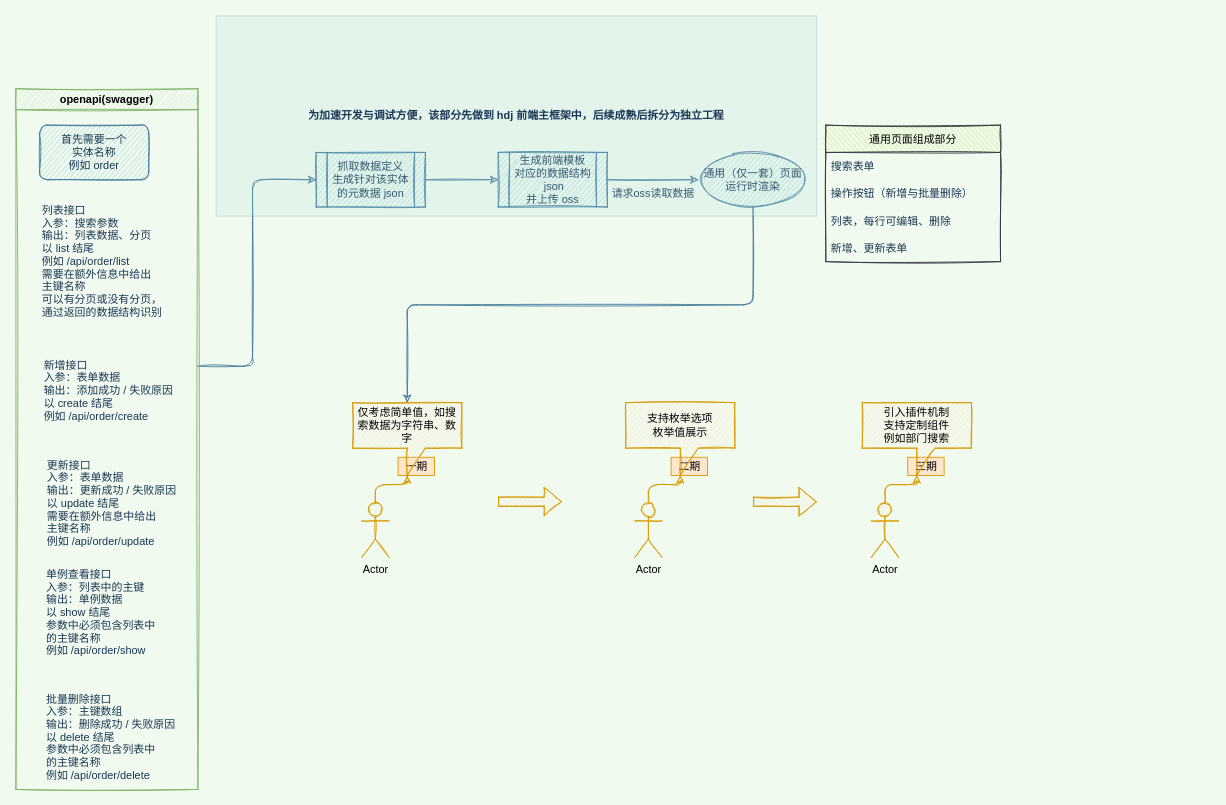
Before: crud-template.drawio in superwf/diagram, a draw.io diagram. Source tidied: cells renumbered, new cells numbered last; positions are measured from the earlier drawing's top-left corner, leaving out a move shared by most shapes. Both pictures are drawn from the tidied source at 91%, with x=0, y=0 at pixel (15, 15).
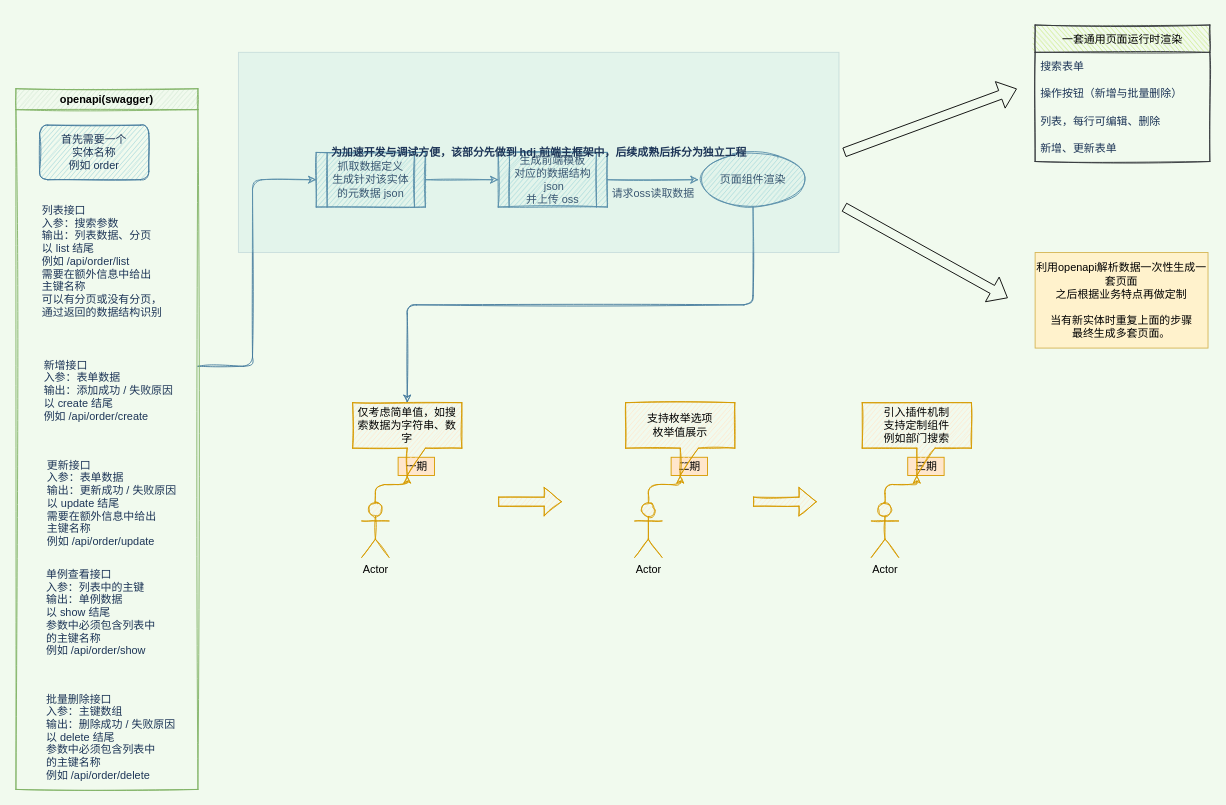
Above is the later version.

The edit, as a diff of the source:
```diff
@@
-    <mxCell id="15" value="通用（仅一套）页面&lt;br&gt;运行时渲染" style="ellipse;whiteSpace=wrap;html=1;fillColor=#A8DADC;strokeColor=#457B9D;fontColor=#1D3557;sketch=1;" parent="1" vertex="1">
+    <mxCell id="15" value="页面组件渲染" style="ellipse;whiteSpace=wrap;html=1;fillColor=#A8DADC;strokeColor=#457B9D;fontColor=#1D3557;sketch=1;" parent="1" vertex="1">
       <mxGeometry x="750" y="150" width="120" height="60" as="geometry" />
     </mxCell>
@@
-    <mxCell id="30" value="通用页面组成部分" style="swimlane;fontStyle=0;horizontal=1;startSize=30;sketch=1;strokeColor=#36393d;fillColor=#cdeb8b;flipH=1;flipV=0;" parent="1" vertex="1">
-      <mxGeometry x="890" y="120" width="192" height="150" as="geometry" />
+    <mxCell id="30" value="一套通用页面运行时渲染" style="swimlane;fontStyle=0;horizontal=1;startSize=30;sketch=1;strokeColor=#36393d;fillColor=#cdeb8b;flipH=1;flipV=0;" parent="1" vertex="1">
+      <mxGeometry x="1120" y="10" width="192" height="150" as="geometry" />
     </mxCell>
@@
     <mxCell id="36" value="&lt;h4&gt;为加速开发与调试方便，该部分先做到 hdj 前端主框架中，后续成熟后拆分为独立工程&lt;/h4&gt;" style="rounded=0;whiteSpace=wrap;html=1;sketch=0;fontColor=#1D3557;strokeColor=#457B9D;fillColor=#A8DADC;fillOpacity=100;opacity=20;" parent="1" vertex="1">
-      <mxGeometry x="220" width="660" height="220" as="geometry" />
+      <mxGeometry x="244.5" y="40" width="660" height="220" as="geometry" />
     </mxCell>
+    <mxCell id="37" style="shape=flexArrow;endArrow=classic;html=1;rounded=0;" parent="1" edge="1">
+      <mxGeometry relative="1" as="geometry">
+        <mxPoint x="910" y="150" as="sourcePoint" />
+        <mxPoint x="1100" y="80" as="targetPoint" />
+      </mxGeometry>
+    </mxCell>
+    <mxCell id="38" style="shape=flexArrow;endArrow=classic;html=1;rounded=0;" parent="1" edge="1">
+      <mxGeometry relative="1" as="geometry">
+        <mxPoint x="910" y="210" as="sourcePoint" />
+        <mxPoint x="1090" y="310" as="targetPoint" />
+      </mxGeometry>
+    </mxCell>
+    <mxCell id="39" value="利用openapi解析数据一次性生成一套页面&lt;br&gt;之后根据业务特点再做定制&lt;br&gt;&lt;br&gt;当有新实体时重复上面的步骤&lt;br&gt;最终生成多套页面。" style="rounded=0;whiteSpace=wrap;html=1;fillColor=#fff2cc;strokeColor=#d6b656;" parent="1" vertex="1">
+      <mxGeometry x="1120" y="260" width="190" height="105" as="geometry" />
+    </mxCell>
```
